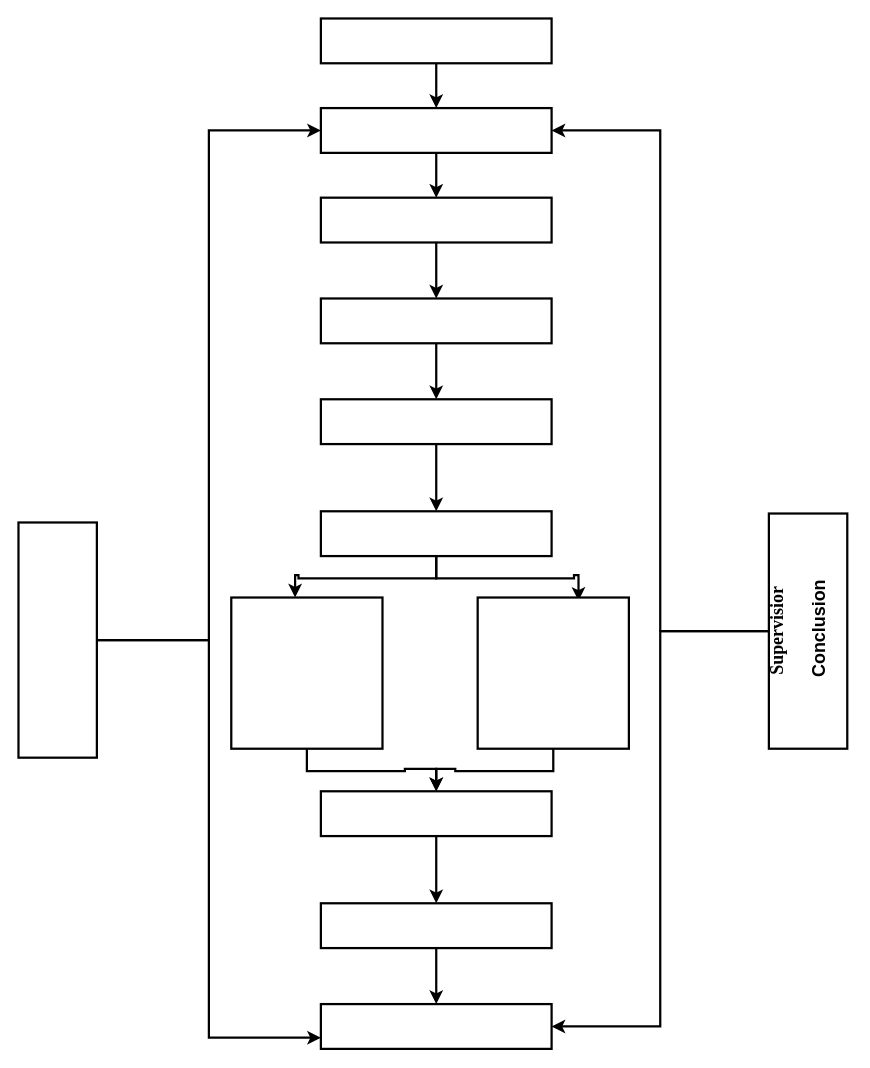
Above: Untitled Diagram.drawio in shivraaj98/eee (draw.io), before the change. Source tidied: cells renumbered, new cells numbered last; positions are measured from the earlier drawing's top-left corner, leaving out a move shared by most shapes. Both pictures are drawn from the tidied source at 112%, with x=0, y=0 at pixel (18, 18).
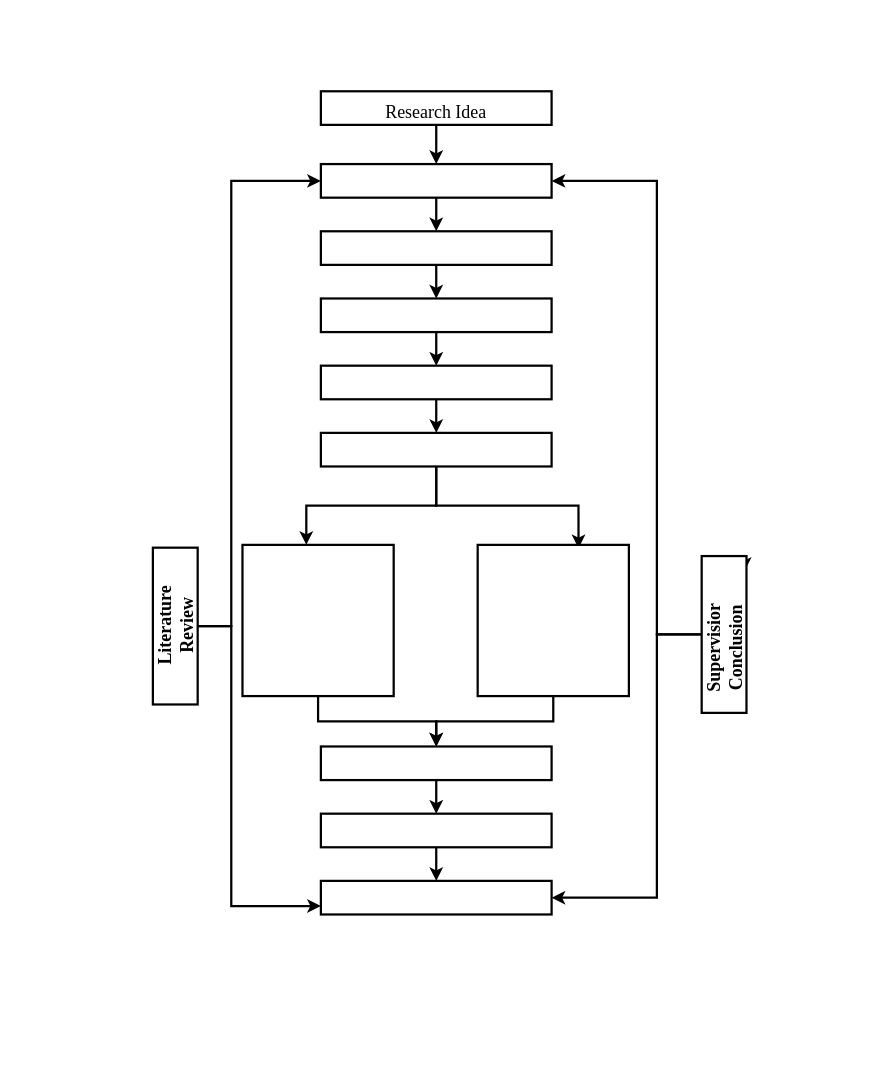
The same page after the edit.

Diff of the diagram source:
```diff
@@
     <mxCell id="3" style="rounded=0;whiteSpace=wrap;html=1;strokeWidth=2;" parent="1" vertex="1">
-      <mxGeometry x="270" width="206" height="40" as="geometry" />
+      <mxGeometry x="270" y="65" width="206" height="30" as="geometry" />
     </mxCell>
     <mxCell id="4" style="rounded=0;whiteSpace=wrap;html=1;strokeWidth=2;" parent="1" vertex="1">
-      <mxGeometry x="270" y="880" width="206" height="40" as="geometry" />
+      <mxGeometry x="270" y="770" width="206" height="30" as="geometry" />
     </mxCell>
@@
     <mxCell id="6" style="rounded=0;whiteSpace=wrap;html=1;strokeWidth=2;" parent="1" vertex="1">
-      <mxGeometry x="270" y="80" width="206" height="40" as="geometry" />
+      <mxGeometry x="270" y="130" width="206" height="30" as="geometry" />
     </mxCell>
@@
     <mxCell id="8" style="rounded=0;whiteSpace=wrap;html=1;strokeWidth=2;" parent="1" vertex="1">
-      <mxGeometry x="270" y="790" width="206" height="40" as="geometry" />
+      <mxGeometry x="270" y="710" width="206" height="30" as="geometry" />
     </mxCell>
@@
     <mxCell id="10" style="rounded=0;whiteSpace=wrap;html=1;strokeWidth=2;" parent="1" vertex="1">
-      <mxGeometry x="270" y="440" width="206" height="40" as="geometry" />
+      <mxGeometry x="270" y="370" width="206" height="30" as="geometry" />
     </mxCell>
@@
     <mxCell id="12" style="rounded=0;whiteSpace=wrap;html=1;strokeWidth=2;" parent="1" vertex="1">
-      <mxGeometry x="270" y="160" width="206" height="40" as="geometry" />
+      <mxGeometry x="270" y="190" width="206" height="30" as="geometry" />
     </mxCell>
@@
     <mxCell id="14" style="rounded=0;whiteSpace=wrap;html=1;strokeWidth=2;" parent="1" vertex="1">
-      <mxGeometry x="270" y="250" width="206" height="40" as="geometry" />
+      <mxGeometry x="270" y="250" width="206" height="30" as="geometry" />
     </mxCell>
@@
     <mxCell id="16" style="rounded=0;whiteSpace=wrap;html=1;strokeWidth=2;" parent="1" vertex="1">
-      <mxGeometry x="270" y="340" width="206" height="40" as="geometry" />
+      <mxGeometry x="270" y="310" width="206" height="30" as="geometry" />
     </mxCell>
@@
     <mxCell id="18" style="rounded=0;whiteSpace=wrap;html=1;strokeWidth=2;" parent="1" vertex="1">
-      <mxGeometry x="270" y="690" width="206" height="40" as="geometry" />
+      <mxGeometry x="270" y="650" width="206" height="30" as="geometry" />
     </mxCell>
@@
     <mxCell id="20" style="whiteSpace=wrap;html=1;strokeWidth=2;" parent="1" vertex="1">
-      <mxGeometry x="190" y="517" width="135" height="135" as="geometry" />
+      <mxGeometry x="200" y="470" width="135" height="135" as="geometry" />
     </mxCell>
@@
     <mxCell id="22" style="whiteSpace=wrap;html=1;strokeWidth=2;" parent="1" vertex="1">
-      <mxGeometry x="410" y="517" width="135" height="135" as="geometry" />
+      <mxGeometry x="410" y="470" width="135" height="135" as="geometry" />
     </mxCell>
@@
     <mxCell id="24" style="edgeStyle=orthogonalEdgeStyle;rounded=0;jettySize=auto;html=1;entryX=0;entryY=0.5;entryDx=0;entryDy=0;strokeWidth=2;" parent="1" edge="1" source="26" target="6">
-      <mxGeometry relative="1" as="geometry" />
+      <mxGeometry relative="1" as="geometry">
+        <Array as="points">
+          <mxPoint x="190" y="543" />
+          <mxPoint x="190" y="145" />
+        </Array>
+      </mxGeometry>
     </mxCell>
     <mxCell id="25" style="edgeStyle=orthogonalEdgeStyle;rounded=0;jettySize=auto;html=1;entryX=0;entryY=0.75;entryDx=0;entryDy=0;strokeWidth=2;" parent="1" edge="1" source="26" target="4">
-      <mxGeometry relative="1" as="geometry" />
+      <mxGeometry relative="1" as="geometry">
+        <Array as="points">
+          <mxPoint x="190" y="543" />
+          <mxPoint x="190" y="793" />
+        </Array>
+      </mxGeometry>
     </mxCell>
     <mxCell id="26" style="rounded=0;whiteSpace=wrap;html=1;strokeWidth=2;" parent="1" vertex="1">
-      <mxGeometry y="450" width="70" height="210" as="geometry" />
+      <mxGeometry x="120" y="472.5" width="40" height="140" as="geometry" />
     </mxCell>
     <mxCell id="27" style="edgeStyle=orthogonalEdgeStyle;rounded=0;jettySize=auto;html=1;entryX=1;entryY=0.5;entryDx=0;entryDy=0;strokeWidth=2;" parent="1" edge="1" source="29" target="6">
-      <mxGeometry relative="1" as="geometry" />
+      <mxGeometry relative="1" as="geometry">
+        <Array as="points">
+          <mxPoint x="570" y="550" />
+          <mxPoint x="570" y="145" />
+        </Array>
+      </mxGeometry>
     </mxCell>
     <mxCell id="28" style="edgeStyle=orthogonalEdgeStyle;rounded=0;jettySize=auto;html=1;entryX=1;entryY=0.5;entryDx=0;entryDy=0;strokeWidth=2;" parent="1" edge="1" source="29" target="4">
-      <mxGeometry relative="1" as="geometry" />
+      <mxGeometry relative="1" as="geometry">
+        <Array as="points">
+          <mxPoint x="570" y="550" />
+          <mxPoint x="570" y="785" />
+        </Array>
+      </mxGeometry>
     </mxCell>
+    <mxCell id="31" style="edgeStyle=orthogonalEdgeStyle;rounded=0;jettySize=auto;html=1;exitX=0.75;exitY=0;exitDx=0;exitDy=0;" parent="1" edge="1" source="29">
+      <mxGeometry relative="1" as="geometry">
+        <mxPoint x="650" y="490" as="targetPoint" />
+      </mxGeometry>
+    </mxCell>
     <mxCell id="29" style="rounded=0;whiteSpace=wrap;html=1;strokeWidth=2;fontFamily=Times New Roman;" parent="1" vertex="1">
-      <mxGeometry x="670" y="442" width="70" height="210" as="geometry" />
+      <mxGeometry x="610" y="480" width="40" height="140" as="geometry" />
     </mxCell>
+    <mxCell id="32" value="&lt;font style=&quot;font-size: 16px;&quot;&gt;&lt;b&gt;Literature Review&lt;/b&gt;&lt;/font&gt;" style="text;html=1;align=center;verticalAlign=middle;whiteSpace=wrap;rounded=0;fontFamily=Times New Roman;rotation=-90;" parent="1" vertex="1">
+      <mxGeometry x="92.5" y="527.5" width="95" height="30" as="geometry" />
+    </mxCell>
-    <mxCell id="30" value="&lt;h6&gt;&lt;span style=&quot;font-size: 16px;&quot;&gt;&lt;font face=&quot;Times New Roman&quot;&gt;Supervisior&amp;nbsp;&lt;/font&gt;&lt;/span&gt;&lt;/h6&gt;&lt;h6&gt;&lt;span style=&quot;font-size: 16px;&quot;&gt;&lt;font face=&quot;Z9bq7eHA2BslF8QC02er&quot;&gt;Conclusion&lt;/font&gt;&lt;/span&gt;&lt;/h6&gt;" style="text;html=1;align=center;verticalAlign=middle;whiteSpace=wrap;rounded=0;direction=south;flipV=0;rotation=-90;" parent="1" vertex="1">
-      <mxGeometry x="598.9" y="520.9" width="194" height="48.2" as="geometry" />
+    <mxCell id="30" value="&lt;font style=&quot;font-size: 16px;&quot;&gt;&lt;b&gt;Supervisior Conclusion&lt;/b&gt;&lt;/font&gt;" style="text;html=1;align=center;verticalAlign=middle;whiteSpace=wrap;rounded=0;fontFamily=Times New Roman;rotation=-90;" parent="1" vertex="1">
+      <mxGeometry x="582.5" y="550" width="95" height="25" as="geometry" />
     </mxCell>
+    <mxCell id="33" value="Research Idea" style="text;html=1;align=center;verticalAlign=middle;whiteSpace=wrap;rounded=0;fontFamily=Times New Roman;fontSize=16;" parent="1" vertex="1">
+      <mxGeometry x="303" y="70" width="140" height="25" as="geometry" />
+    </mxCell>
```
